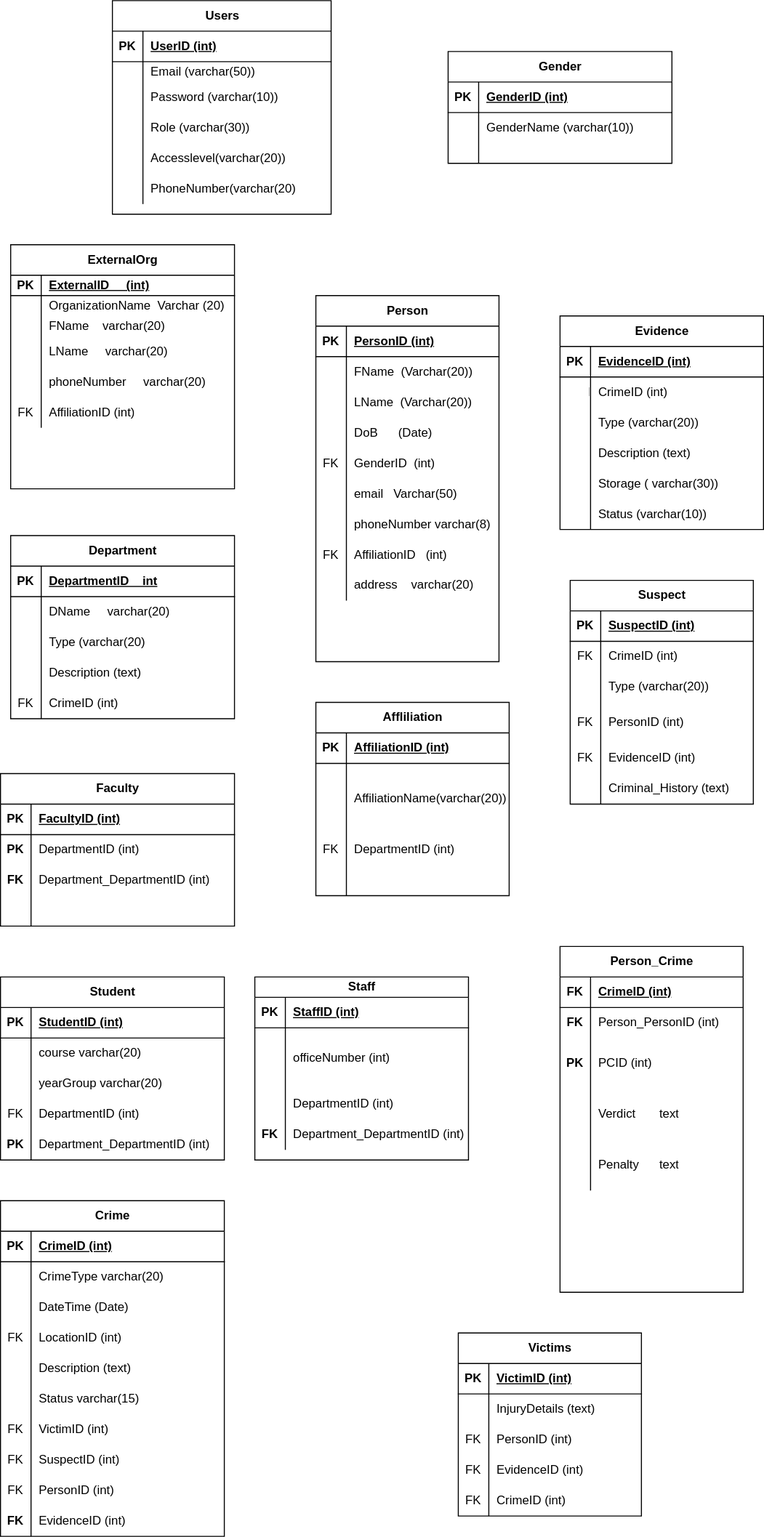
Earlier version of the draw.io export Untitled Diagram.drawio.svg (Priscile2/Diagrams). Source tidied: cells renumbered, new cells last; positions are measured from the earlier drawing's top-left corner, leaving out a move shared by most shapes.
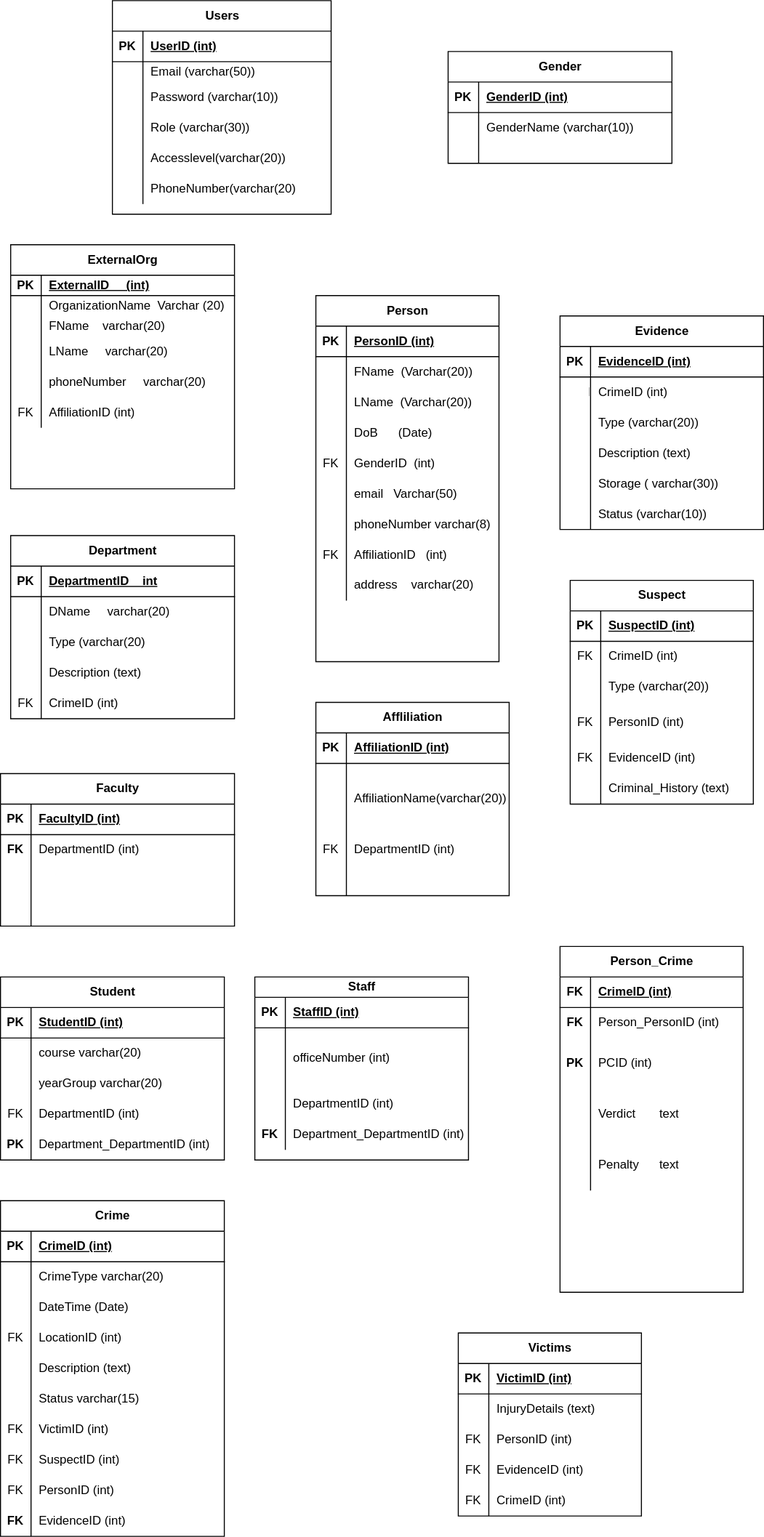
After the commit.

Change to the diagram source:
```diff
@@ -350,7 +350,7 @@
     <mxCell id="117" style="shape=tableRow;horizontal=0;startSize=0;swimlaneHead=0;swimlaneBody=0;fillColor=none;top=0;left=0;right=0;bottom=0;" parent="113" vertex="1">
       <mxGeometry y="60" width="230" height="30" as="geometry" />
     </mxCell>
-    <mxCell id="118" value="&lt;b&gt;PK&lt;/b&gt;" style="shape=partialRectangle;fillColor=none;top=0;left=0;bottom=0;right=0;overflow=hidden;whiteSpace=wrap;html=1;" parent="117" vertex="1">
+    <mxCell id="118" value="&lt;b&gt;FK&lt;/b&gt;" style="shape=partialRectangle;fillColor=none;top=0;left=0;bottom=0;right=0;overflow=hidden;whiteSpace=wrap;html=1;" parent="117" vertex="1">
       <mxGeometry width="30" height="30" as="geometry" />
     </mxCell>
     <mxCell id="119" value="DepartmentID (int)" style="shape=partialRectangle;fillColor=none;top=0;left=0;bottom=0;right=0;align=left;spacingLeft=6;overflow=hidden;whiteSpace=wrap;html=1;" parent="117" vertex="1">
@@ -359,10 +359,10 @@
     <mxCell id="120" style="shape=tableRow;horizontal=0;startSize=0;swimlaneHead=0;swimlaneBody=0;fillColor=none;top=0;left=0;right=0;bottom=0;" parent="113" vertex="1">
       <mxGeometry y="90" width="230" height="30" as="geometry" />
     </mxCell>
-    <mxCell id="121" value="&lt;b&gt;FK&lt;/b&gt;" style="shape=partialRectangle;fillColor=none;top=0;left=0;bottom=0;right=0;overflow=hidden;whiteSpace=wrap;html=1;" parent="120" vertex="1">
+    <mxCell id="121" style="shape=partialRectangle;fillColor=none;top=0;left=0;bottom=0;right=0;overflow=hidden;whiteSpace=wrap;html=1;" parent="120" vertex="1">
       <mxGeometry width="30" height="30" as="geometry" />
     </mxCell>
-    <mxCell id="122" value="Department_DepartmentID (int)" style="shape=partialRectangle;fillColor=none;top=0;left=0;bottom=0;right=0;align=left;spacingLeft=6;overflow=hidden;whiteSpace=wrap;html=1;" parent="120" vertex="1">
+    <mxCell id="122" style="shape=partialRectangle;fillColor=none;top=0;left=0;bottom=0;right=0;align=left;spacingLeft=6;overflow=hidden;whiteSpace=wrap;html=1;" parent="120" vertex="1">
       <mxGeometry x="30" width="200" height="30" as="geometry" />
     </mxCell>
     <mxCell id="123" style="shape=tableRow;horizontal=0;startSize=0;swimlaneHead=0;swimlaneBody=0;fillColor=none;top=0;left=0;right=0;bottom=0;" parent="113" vertex="1">
```
